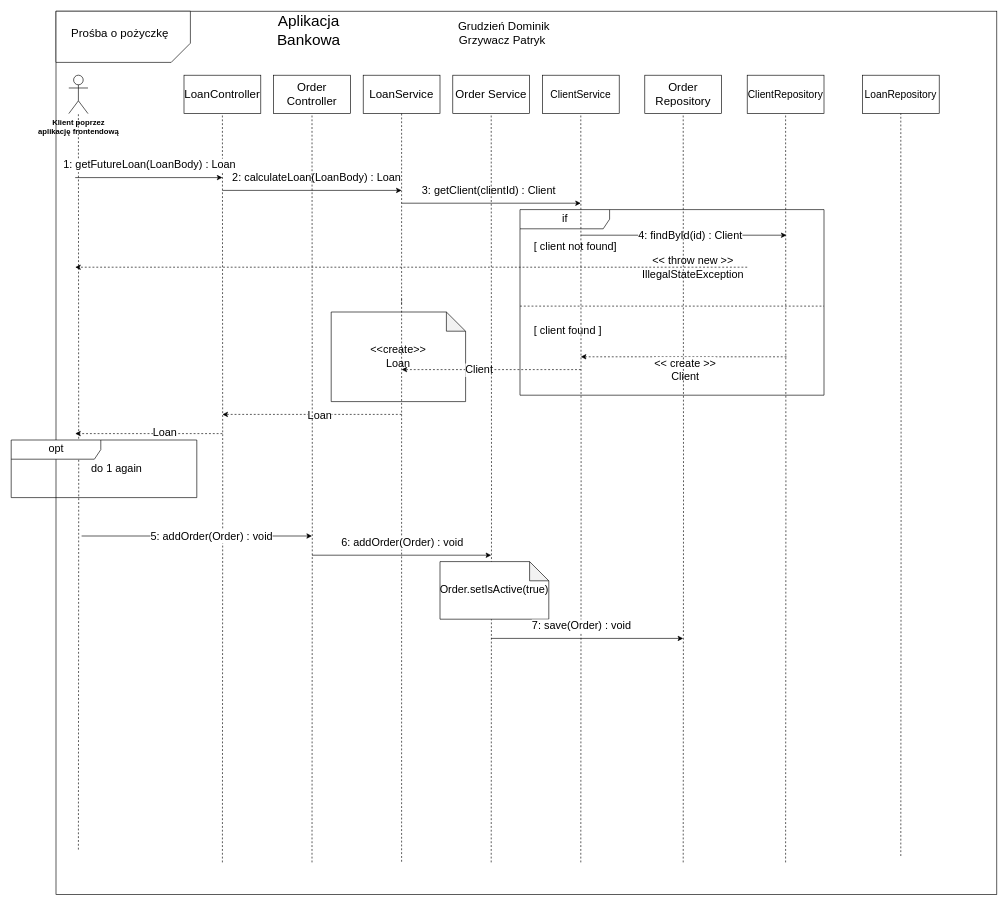
This is Untitled Diagram.drawio from Paros998/OnlineBankBackend, a draw.io file, before an edit. Source tidied: cells renumbered, new cells numbered last; positions are measured from the earlier drawing's top-left corner, leaving out a move shared by most shapes. Both pictures are drawn from the tidied source at 64%, with x=0, y=0 at pixel (11, -31).
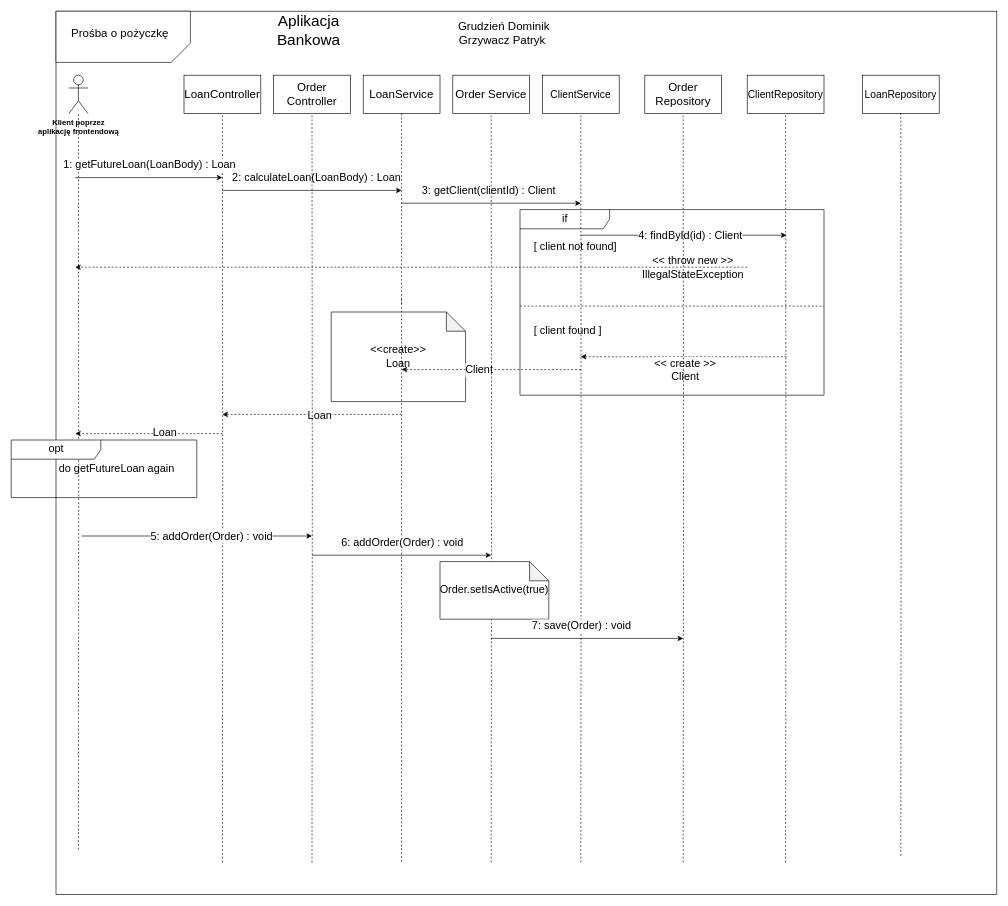
The same page after the edit.

Change to the diagram source:
```diff
@@
-    <mxCell id="43" value="do 1 again" style="text;html=1;strokeColor=none;fillColor=none;align=center;verticalAlign=middle;whiteSpace=wrap;rounded=0;fontSize=17;" parent="1" vertex="1">
+    <mxCell id="43" value="do getFutureLoan again" style="text;html=1;strokeColor=none;fillColor=none;align=center;verticalAlign=middle;whiteSpace=wrap;rounded=0;fontSize=17;" parent="1" vertex="1">
       <mxGeometry x="60" y="765" width="210" height="30" as="geometry" />
     </mxCell>
```
